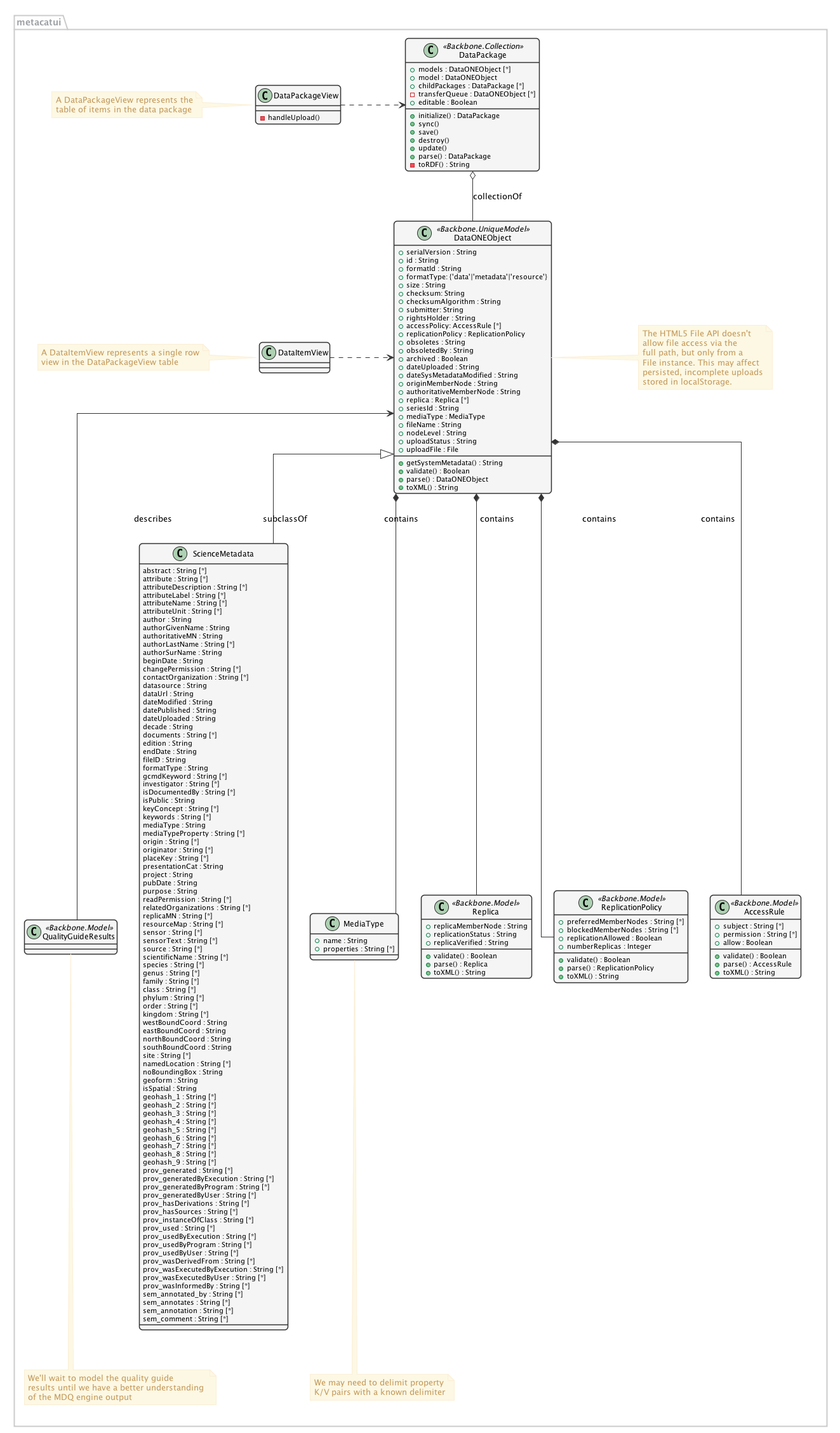
The PlantUML diagram docs/design/editor/images/editor-design-metacatui-package.png in NCEAS/metacatui, before a commit.
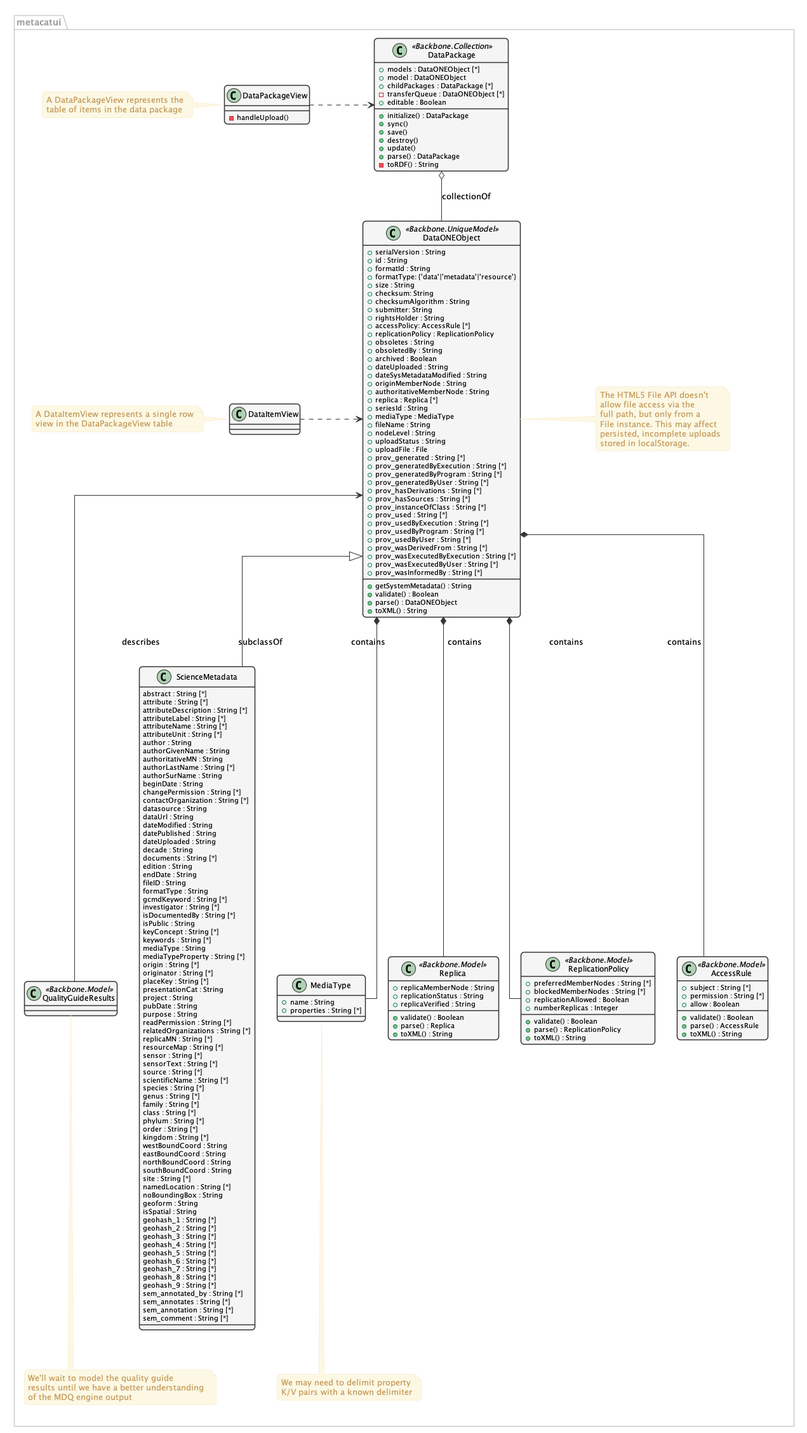
Later version of the same file.

The edit, as a diff of the source:
```diff
@@ -157,21 +157,6 @@
       geohash_7 : String [*]
       geohash_8 : String [*]
       geohash_9 : String [*]
-      prov_generated : String [*]
-      prov_generatedByExecution : String [*]
-      prov_generatedByProgram : String [*]
-      prov_generatedByUser : String [*]
-      prov_hasDerivations : String [*]
-      prov_hasSources : String [*]
-      prov_instanceOfClass : String [*]
-      prov_used : String [*]
-      prov_usedByExecution : String [*]
-      prov_usedByProgram : String [*]
-      prov_usedByUser : String [*]
-      prov_wasDerivedFrom : String [*]
-      prov_wasExecutedByExecution : String [*]
-      prov_wasExecutedByUser : String [*]
-      prov_wasInformedBy : String [*]
       sem_annotated_by : String [*]
       sem_annotates : String [*]
       sem_annotation : String [*]
@@ -204,6 +189,21 @@
       + nodeLevel : String
       + uploadStatus : String
       + uploadFile : File
+      + prov_generated : String [*]
+      + prov_generatedByExecution : String [*]
+      + prov_generatedByProgram : String [*]
+      + prov_generatedByUser : String [*]
+      + prov_hasDerivations : String [*]
+      + prov_hasSources : String [*]
+      + prov_instanceOfClass : String [*]
+      + prov_used : String [*]
+      + prov_usedByExecution : String [*]
+      + prov_usedByProgram : String [*]
+      + prov_usedByUser : String [*]
+      + prov_wasDerivedFrom : String [*]
+      + prov_wasExecutedByExecution : String [*]
+      + prov_wasExecutedByUser : String [*]
+      + prov_wasInformedBy : String [*]
       + getSystemMetadata() : String
       + validate() : Boolean
       + parse() : DataONEObject
```
